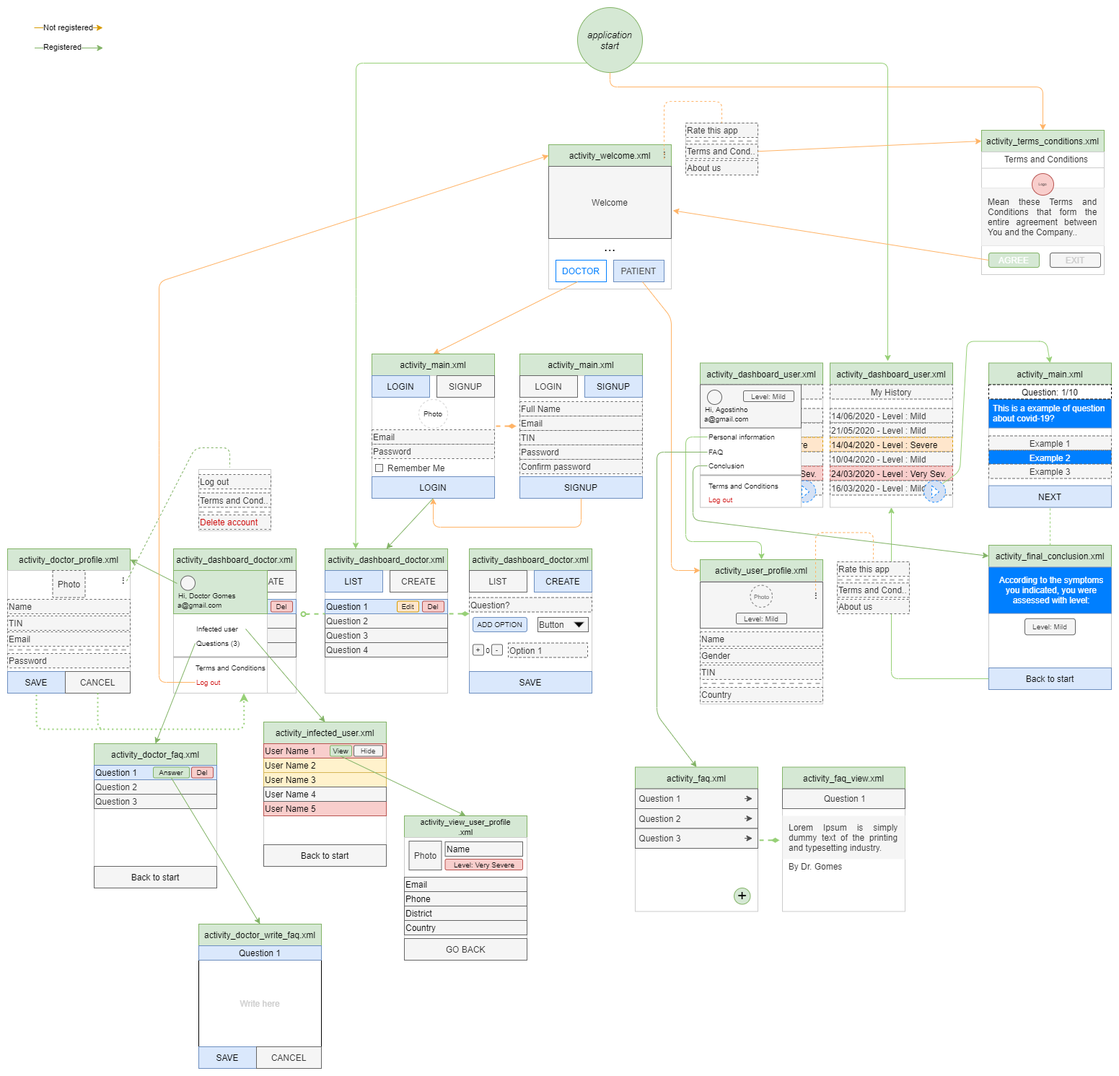
Before: documentation/draw-nav_activity.png, a diagram exported from draw.io (agostinhoramos/Testing_COVID_19). Source tidied: cells renumbered, new cells last; positions are measured from the earlier drawing's top-left corner, leaving out a move shared by most shapes.
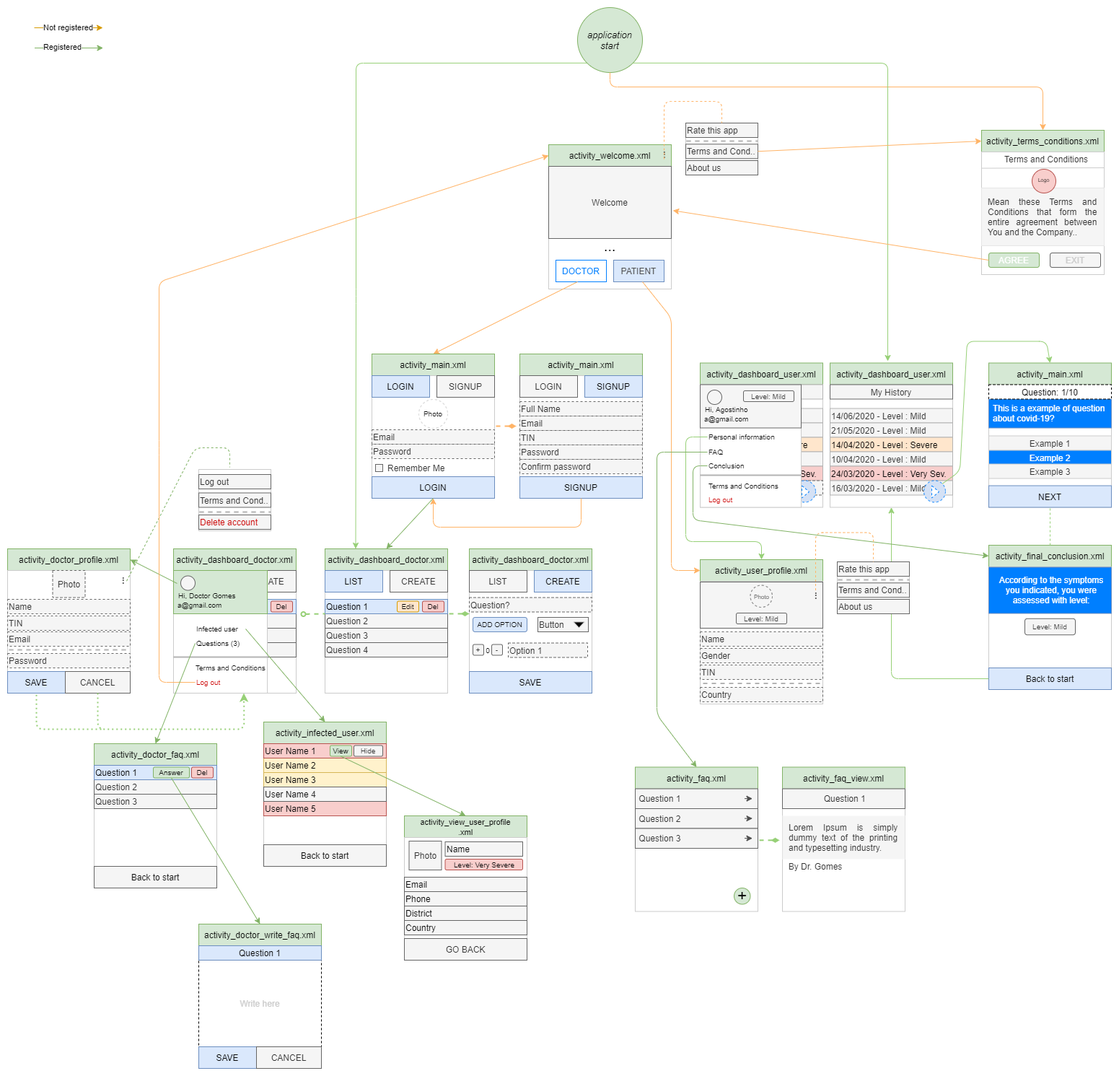
Above is the later version.

Commit message:
Update nav activity

What changed in the source:
```diff
@@ -241,7 +241,7 @@
         <mxPoint x="2" y="890" as="sourcePoint" />
       </mxGeometry>
     </mxCell>
-    <mxCell id="74" value="Delete account" style="rounded=0;whiteSpace=wrap;html=1;fillColor=#f5f5f5;strokeColor=#666666;fontColor=#CC0000;align=left;dashed=1;" parent="1" vertex="1">
+    <mxCell id="74" value="Delete account" style="rounded=0;whiteSpace=wrap;html=1;fillColor=#f5f5f5;strokeColor=#666666;fontColor=#CC0000;align=left;" parent="1" vertex="1">
       <mxGeometry x="265" y="703" width="100" height="20" as="geometry" />
     </mxCell>
     <mxCell id="75" style="endArrow=none;dashed=1;html=1;strokeColor=#B3B3B3;strokeWidth=2;fontSize=10;" parent="1" edge="1">
@@ -261,10 +261,10 @@
     <mxCell id="77" value="Log out" style="text;html=1;strokeColor=none;fillColor=none;align=left;verticalAlign=middle;whiteSpace=wrap;rounded=0;shadow=0;comic=0;fontSize=10;fontColor=#CC0000;" parent="1" vertex="1">
       <mxGeometry x="260" y="925" width="100" height="20" as="geometry" />
     </mxCell>
-    <mxCell id="78" value="Log out" style="rounded=0;whiteSpace=wrap;html=1;fillColor=#f5f5f5;strokeColor=#666666;fontColor=#333333;align=left;dashed=1;" parent="1" vertex="1">
+    <mxCell id="78" value="Log out" style="rounded=0;whiteSpace=wrap;html=1;fillColor=#f5f5f5;strokeColor=#666666;fontColor=#333333;align=left;" parent="1" vertex="1">
       <mxGeometry x="265" y="647" width="100" height="20" as="geometry" />
     </mxCell>
-    <mxCell id="79" value="Terms and Cond.." style="rounded=0;whiteSpace=wrap;html=1;fillColor=#f5f5f5;strokeColor=#666666;fontColor=#333333;align=left;dashed=1;" parent="1" vertex="1">
+    <mxCell id="79" value="Terms and Cond.." style="rounded=0;whiteSpace=wrap;html=1;fillColor=#f5f5f5;strokeColor=#666666;fontColor=#333333;align=left;" parent="1" vertex="1">
       <mxGeometry x="265" y="672.5" width="100" height="20" as="geometry" />
     </mxCell>
     <mxCell id="80" value="CANCEL" style="rounded=0;whiteSpace=wrap;html=1;fillColor=#f5f5f5;strokeColor=#666666;fontColor=#333333;" parent="1" vertex="1">
@@ -416,7 +416,7 @@
     <mxCell id="118" style="rounded=0;whiteSpace=wrap;html=1;fillColor=#ffffff;gradientColor=none;strokeColor=#CCCCCC;strokeWidth=1;" parent="1" vertex="1">
       <mxGeometry x="265" y="1300" width="170" height="170" as="geometry" />
     </mxCell>
-    <mxCell id="119" value="&lt;font color=&quot;#cccccc&quot;&gt;Write here&lt;/font&gt;" style="rounded=0;whiteSpace=wrap;html=1;align=center;" parent="1" vertex="1">
+    <mxCell id="119" value="&lt;font color=&quot;#cccccc&quot;&gt;Write here&lt;/font&gt;" style="rounded=0;whiteSpace=wrap;html=1;align=center;dashed=1;" parent="1" vertex="1">
       <mxGeometry x="265" y="1320" width="170" height="120" as="geometry" />
     </mxCell>
     <mxCell id="120" value="Question 1" style="rounded=0;whiteSpace=wrap;html=1;fillColor=#dae8fc;strokeColor=#6c8ebf;align=center;" parent="1" vertex="1">
@@ -470,10 +470,10 @@
     <mxCell id="136" style="rounded=0;whiteSpace=wrap;html=1;fillColor=#ffffff;gradientColor=none;strokeColor=#CCCCCC;strokeWidth=1;" parent="1" vertex="1">
       <mxGeometry x="1140" y="522.5" width="170" height="170" as="geometry" />
     </mxCell>
-    <mxCell id="137" value="14/06/2020 - Level : Mild" style="rounded=0;whiteSpace=wrap;html=1;fillColor=#f5f5f5;strokeColor=#666666;fontColor=#333333;align=left;dashed=1;" parent="1" vertex="1">
+    <mxCell id="137" value="14/06/2020 - Level : Mild" style="rounded=0;whiteSpace=wrap;html=1;fillColor=#f5f5f5;fontColor=#333333;align=left;strokeColor=#B3B3B3;" parent="1" vertex="1">
       <mxGeometry x="1140" y="555.5" width="170" height="20" as="geometry" />
     </mxCell>
-    <mxCell id="138" value="My History" style="rounded=0;whiteSpace=wrap;html=1;fillColor=#f5f5f5;strokeColor=#666666;fontColor=#333333;align=center;dashed=1;fontStyle=0;" parent="1" vertex="1">
+    <mxCell id="138" value="My History" style="rounded=0;whiteSpace=wrap;html=1;fillColor=#f5f5f5;strokeColor=#666666;fontColor=#333333;align=center;fontStyle=0;" parent="1" vertex="1">
       <mxGeometry x="1140" y="522.5" width="170" height="20" as="geometry" />
     </mxCell>
     <mxCell id="139" value="&lt;b&gt;...&lt;/b&gt;" style="rounded=0;whiteSpace=wrap;html=1;fillColor=none;strokeColor=none;fontColor=#333333;rotation=90;" parent="1" vertex="1">
@@ -488,10 +488,10 @@
         <mxPoint x="1040" y="185" as="targetPoint" />
       </mxGeometry>
     </mxCell>
-    <mxCell id="142" value="Rate this app" style="rounded=0;whiteSpace=wrap;html=1;fillColor=#f5f5f5;strokeColor=#666666;fontColor=#333333;align=left;dashed=1;" parent="1" vertex="1">
+    <mxCell id="142" value="Rate this app" style="rounded=0;whiteSpace=wrap;html=1;fillColor=#f5f5f5;strokeColor=#666666;fontColor=#333333;align=left;" parent="1" vertex="1">
       <mxGeometry x="940" y="160" width="100" height="20" as="geometry" />
     </mxCell>
-    <mxCell id="143" value="About us" style="rounded=0;whiteSpace=wrap;html=1;fillColor=#f5f5f5;strokeColor=#666666;fontColor=#333333;align=left;dashed=1;" parent="1" vertex="1">
+    <mxCell id="143" value="About us" style="rounded=0;whiteSpace=wrap;html=1;fillColor=#f5f5f5;strokeColor=#666666;fontColor=#333333;align=left;" parent="1" vertex="1">
       <mxGeometry x="940" y="212" width="100" height="20" as="geometry" />
     </mxCell>
     <mxCell id="144" style="endArrow=none;html=1;strokeColor=#FFB366;entryX=0.5;entryY=0;entryDx=0;entryDy=0;endFill=0;dashed=1;" parent="1" edge="1" target="140">
@@ -503,22 +503,22 @@
         </Array>
       </mxGeometry>
     </mxCell>
-    <mxCell id="145" value="21/05/2020 - Level : Mild" style="rounded=0;whiteSpace=wrap;html=1;fillColor=#f5f5f5;strokeColor=#666666;fontColor=#333333;align=left;dashed=1;" parent="1" vertex="1">
+    <mxCell id="145" value="21/05/2020 - Level : Mild" style="rounded=0;whiteSpace=wrap;html=1;fillColor=#f5f5f5;fontColor=#333333;align=left;strokeColor=#B3B3B3;" parent="1" vertex="1">
       <mxGeometry x="1140" y="575.5" width="170" height="20" as="geometry" />
     </mxCell>
-    <mxCell id="146" value="14/04/2020 - Level : Severe" style="rounded=0;whiteSpace=wrap;html=1;fillColor=#ffe6cc;strokeColor=#d79b00;align=left;dashed=1;" parent="1" vertex="1">
+    <mxCell id="146" value="14/04/2020 - Level : Severe" style="rounded=0;whiteSpace=wrap;html=1;fillColor=#ffe6cc;align=left;strokeColor=#B3B3B3;" parent="1" vertex="1">
       <mxGeometry x="1140" y="595.5" width="170" height="20" as="geometry" />
     </mxCell>
-    <mxCell id="147" value="10/04/2020 - Level : Mild" style="rounded=0;whiteSpace=wrap;html=1;fillColor=#f5f5f5;strokeColor=#666666;fontColor=#333333;align=left;dashed=1;" parent="1" vertex="1">
+    <mxCell id="147" value="10/04/2020 - Level : Mild" style="rounded=0;whiteSpace=wrap;html=1;fillColor=#f5f5f5;fontColor=#333333;align=left;strokeColor=#B3B3B3;" parent="1" vertex="1">
       <mxGeometry x="1140" y="615.5" width="170" height="20" as="geometry" />
     </mxCell>
-    <mxCell id="148" value="24/03/2020 - Level : Very Sev." style="rounded=0;whiteSpace=wrap;html=1;fillColor=#f8cecc;strokeColor=#b85450;align=left;dashed=1;" parent="1" vertex="1">
+    <mxCell id="148" value="24/03/2020 - Level : Very Sev." style="rounded=0;whiteSpace=wrap;html=1;fillColor=#f8cecc;align=left;strokeColor=#B3B3B3;" parent="1" vertex="1">
       <mxGeometry x="1140" y="635.5" width="170" height="20" as="geometry" />
     </mxCell>
     <mxCell id="149" value="Terms and Conditions" style="text;html=1;strokeColor=none;fillColor=none;align=left;verticalAlign=middle;whiteSpace=wrap;rounded=0;shadow=0;comic=0;fontSize=10;" parent="1" vertex="1">
       <mxGeometry x="259" y="905" width="100" height="20" as="geometry" />
     </mxCell>
-    <mxCell id="150" value="16/03/2020 - Level : Mild" style="rounded=0;whiteSpace=wrap;html=1;fillColor=#f5f5f5;strokeColor=#666666;fontColor=#333333;align=left;dashed=1;" parent="1" vertex="1">
+    <mxCell id="150" value="16/03/2020 - Level : Mild" style="rounded=0;whiteSpace=wrap;html=1;fillColor=#f5f5f5;fontColor=#333333;align=left;strokeColor=#B3B3B3;" parent="1" vertex="1">
       <mxGeometry x="1140" y="655.5" width="170" height="20" as="geometry" />
     </mxCell>
     <mxCell id="151" style="ellipse;whiteSpace=wrap;html=1;shadow=0;dashed=1;comic=0;strokeColor=#007FFF;strokeWidth=1;fillColor=#D4E1F5;gradientColor=none;fontSize=10;fontColor=#4D4D4D;align=center;" parent="1" vertex="1">
@@ -542,13 +542,13 @@
     <mxCell id="157" value="Question: 1/10" style="rounded=0;whiteSpace=wrap;html=1;align=center;dashed=1;" parent="1" vertex="1">
       <mxGeometry x="1360" y="522.5" width="170" height="20" as="geometry" />
     </mxCell>
-    <mxCell id="158" value="Example 1" style="rounded=0;whiteSpace=wrap;html=1;fillColor=#f5f5f5;strokeColor=#666666;fontColor=#333333;align=center;dashed=1;" parent="1" vertex="1">
+    <mxCell id="158" value="Example 1" style="rounded=0;whiteSpace=wrap;html=1;fillColor=#f5f5f5;fontColor=#333333;align=center;strokeColor=#CCCCCC;" parent="1" vertex="1">
       <mxGeometry x="1360" y="593.5" width="170" height="20" as="geometry" />
     </mxCell>
-    <mxCell id="159" value="Example 2" style="rounded=0;whiteSpace=wrap;html=1;fillColor=#007FFF;strokeColor=#666666;fontColor=#FFFFFF;align=center;dashed=1;" parent="1" vertex="1">
+    <mxCell id="159" value="Example 2" style="rounded=0;whiteSpace=wrap;html=1;fillColor=#007FFF;fontColor=#FFFFFF;align=center;strokeColor=#CCCCCC;" parent="1" vertex="1">
       <mxGeometry x="1360" y="613.5" width="170" height="20" as="geometry" />
     </mxCell>
-    <mxCell id="160" value="Example 3" style="rounded=0;whiteSpace=wrap;html=1;fillColor=#f5f5f5;strokeColor=#666666;fontColor=#333333;align=center;dashed=1;" parent="1" vertex="1">
+    <mxCell id="160" value="Example 3" style="rounded=0;whiteSpace=wrap;html=1;fillColor=#f5f5f5;fontColor=#333333;align=center;strokeColor=#CCCCCC;" parent="1" vertex="1">
       <mxGeometry x="1360" y="632.5" width="170" height="20" as="geometry" />
     </mxCell>
     <mxCell id="161" style="endArrow=classic;html=1;strokeColor=#97D077;strokeWidth=1;fontSize=10;fontColor=#FFFFFF;entryX=0.5;entryY=0;entryDx=0;entryDy=0;exitX=1;exitY=0;exitDx=0;exitDy=0;" parent="1" edge="1" source="151" target="153">
@@ -566,22 +566,22 @@
     <mxCell id="163" style="rounded=0;whiteSpace=wrap;html=1;fillColor=#ffffff;gradientColor=none;strokeColor=#CCCCCC;strokeWidth=1;" parent="1" vertex="1">
       <mxGeometry x="960" y="522.5" width="170" height="170" as="geometry" />
     </mxCell>
-    <mxCell id="164" value="14/03/2020 - Level : Mild" style="rounded=0;whiteSpace=wrap;html=1;fillColor=#f5f5f5;strokeColor=#666666;fontColor=#333333;align=left;dashed=1;" parent="1" vertex="1">
+    <mxCell id="164" value="14/03/2020 - Level : Mild" style="rounded=0;whiteSpace=wrap;html=1;fillColor=#f5f5f5;fontColor=#333333;align=left;strokeColor=#B3B3B3;" parent="1" vertex="1">
       <mxGeometry x="960" y="555.5" width="170" height="20" as="geometry" />
     </mxCell>
-    <mxCell id="165" value="My History" style="rounded=0;whiteSpace=wrap;html=1;fillColor=#f5f5f5;strokeColor=#666666;fontColor=#333333;align=center;dashed=1;fontStyle=0;" parent="1" vertex="1">
+    <mxCell id="165" value="My History" style="rounded=0;whiteSpace=wrap;html=1;fillColor=#f5f5f5;fontColor=#333333;align=center;fontStyle=0;strokeColor=#B3B3B3;" parent="1" vertex="1">
       <mxGeometry x="960" y="522.5" width="170" height="20" as="geometry" />
     </mxCell>
-    <mxCell id="166" value="21/03/2020 - Level : Mild" style="rounded=0;whiteSpace=wrap;html=1;fillColor=#f5f5f5;strokeColor=#666666;fontColor=#333333;align=left;dashed=1;" parent="1" vertex="1">
+    <mxCell id="166" value="21/03/2020 - Level : Mild" style="rounded=0;whiteSpace=wrap;html=1;fillColor=#f5f5f5;fontColor=#333333;align=left;strokeColor=#B3B3B3;" parent="1" vertex="1">
       <mxGeometry x="960" y="575.5" width="170" height="20" as="geometry" />
     </mxCell>
-    <mxCell id="167" value="04/04/2020 - Level : Severe" style="rounded=0;whiteSpace=wrap;html=1;fillColor=#ffe6cc;strokeColor=#d79b00;align=left;dashed=1;" parent="1" vertex="1">
+    <mxCell id="167" value="04/04/2020 - Level : Severe" style="rounded=0;whiteSpace=wrap;html=1;fillColor=#ffe6cc;align=left;strokeColor=#B3B3B3;" parent="1" vertex="1">
       <mxGeometry x="960" y="595.5" width="170" height="20" as="geometry" />
     </mxCell>
-    <mxCell id="168" value="10/04/2020 - Level : Mild" style="rounded=0;whiteSpace=wrap;html=1;fillColor=#f5f5f5;strokeColor=#666666;fontColor=#333333;align=left;dashed=1;" parent="1" vertex="1">
+    <mxCell id="168" value="10/04/2020 - Level : Mild" style="rounded=0;whiteSpace=wrap;html=1;fillColor=#f5f5f5;fontColor=#333333;align=left;strokeColor=#B3B3B3;" parent="1" vertex="1">
       <mxGeometry x="960" y="615.5" width="170" height="20" as="geometry" />
     </mxCell>
-    <mxCell id="169" value="24/04/2020 - Level : Very Sev." style="rounded=0;whiteSpace=wrap;html=1;fillColor=#f8cecc;strokeColor=#b85450;align=left;dashed=1;" parent="1" vertex="1">
+    <mxCell id="169" value="24/04/2020 - Level : Very Sev." style="rounded=0;whiteSpace=wrap;html=1;fillColor=#f8cecc;align=left;strokeColor=#B3B3B3;" parent="1" vertex="1">
       <mxGeometry x="960" y="635.5" width="170" height="20" as="geometry" />
     </mxCell>
     <mxCell id="170" value="16/05/2020 - Level : Mild" style="rounded=0;whiteSpace=wrap;html=1;fillColor=#f5f5f5;strokeColor=#666666;fontColor=#333333;align=left;dashed=1;" parent="1" vertex="1">
@@ -717,7 +717,7 @@
         </Array>
       </mxGeometry>
     </mxCell>
-    <mxCell id="206" value="Terms and Cond.." style="rounded=0;whiteSpace=wrap;html=1;fillColor=#f5f5f5;strokeColor=#666666;fontColor=#333333;align=left;dashed=1;" parent="1" vertex="1">
+    <mxCell id="206" value="Terms and Cond.." style="rounded=0;whiteSpace=wrap;html=1;fillColor=#f5f5f5;strokeColor=#666666;fontColor=#333333;align=left;" parent="1" vertex="1">
       <mxGeometry x="940" y="189.2" width="100" height="20" as="geometry" />
     </mxCell>
     <mxCell id="207" style="endArrow=none;dashed=1;html=1;exitX=0.5;exitY=0;exitDx=0;exitDy=0;entryX=0.5;entryY=1;entryDx=0;entryDy=0;strokeColor=#97D077;" parent="1" edge="1" source="184" target="156">
@@ -817,8 +817,8 @@
     <mxCell id="227" value="&lt;div style=&quot;text-align: justify&quot;&gt;&lt;span&gt;Mean these Terms and Conditions that form the entire agreement between You and the Company..&lt;/span&gt;&lt;br&gt;&lt;/div&gt;" style="rounded=0;whiteSpace=wrap;html=1;fillColor=#f5f5f5;fontColor=#333333;align=center;strokeColor=#E6E6E6;spacing=10;" parent="1" vertex="1">
       <mxGeometry x="1350" y="250" width="170" height="80" as="geometry" />
     </mxCell>
-    <mxCell id="228" value="&lt;font style=&quot;font-size: 6px&quot;&gt;&lt;sup&gt;Logo&lt;/sup&gt;&lt;/font&gt;" style="ellipse;whiteSpace=wrap;html=1;strokeColor=#b85450;fillColor=#f8cecc;align=center;" parent="1" vertex="1">
-      <mxGeometry x="1420" y="230" width="30" height="30" as="geometry" />
+    <mxCell id="228" value="&lt;sup&gt;&lt;font style=&quot;font-size: 7px&quot;&gt;Logo&lt;/font&gt;&lt;/sup&gt;" style="ellipse;whiteSpace=wrap;html=1;strokeColor=#b85450;fillColor=#f8cecc;align=center;" parent="1" vertex="1">
+      <mxGeometry x="1420" y="224" width="33" height="33" as="geometry" />
     </mxCell>
     <mxCell id="229" style="endArrow=classic;html=1;strokeColor=#FFB366;entryX=1.013;entryY=0.612;entryDx=0;entryDy=0;exitX=0;exitY=0.5;exitDx=0;exitDy=0;entryPerimeter=0;" parent="1" edge="1" source="226" target="4">
       <mxGeometry relative="1" as="geometry" />
@@ -878,13 +878,13 @@
         <mxPoint x="1250" y="793" as="targetPoint" />
       </mxGeometry>
     </mxCell>
-    <mxCell id="243" value="Rate this app" style="rounded=0;whiteSpace=wrap;html=1;fillColor=#f5f5f5;strokeColor=#666666;fontColor=#333333;align=left;dashed=1;" parent="1" vertex="1">
+    <mxCell id="243" value="Rate this app" style="rounded=0;whiteSpace=wrap;html=1;fillColor=#f5f5f5;strokeColor=#666666;fontColor=#333333;align=left;" parent="1" vertex="1">
       <mxGeometry x="1150" y="768" width="100" height="20" as="geometry" />
     </mxCell>
-    <mxCell id="244" value="About us" style="rounded=0;whiteSpace=wrap;html=1;fillColor=#f5f5f5;strokeColor=#666666;fontColor=#333333;align=left;dashed=1;" parent="1" vertex="1">
+    <mxCell id="244" value="About us" style="rounded=0;whiteSpace=wrap;html=1;fillColor=#f5f5f5;strokeColor=#666666;fontColor=#333333;align=left;" parent="1" vertex="1">
       <mxGeometry x="1150" y="820" width="100" height="20" as="geometry" />
     </mxCell>
-    <mxCell id="245" value="Terms and Cond.." style="rounded=0;whiteSpace=wrap;html=1;fillColor=#f5f5f5;strokeColor=#666666;fontColor=#333333;align=left;dashed=1;" parent="1" vertex="1">
+    <mxCell id="245" value="Terms and Cond.." style="rounded=0;whiteSpace=wrap;html=1;fillColor=#f5f5f5;strokeColor=#666666;fontColor=#333333;align=left;" parent="1" vertex="1">
       <mxGeometry x="1150" y="797.2" width="100" height="20" as="geometry" />
     </mxCell>
     <mxCell id="246" style="endArrow=none;html=1;strokeColor=#FFB366;entryX=0.5;entryY=0;entryDx=0;entryDy=0;endFill=0;dashed=1;" parent="1" edge="1" target="243">
```
